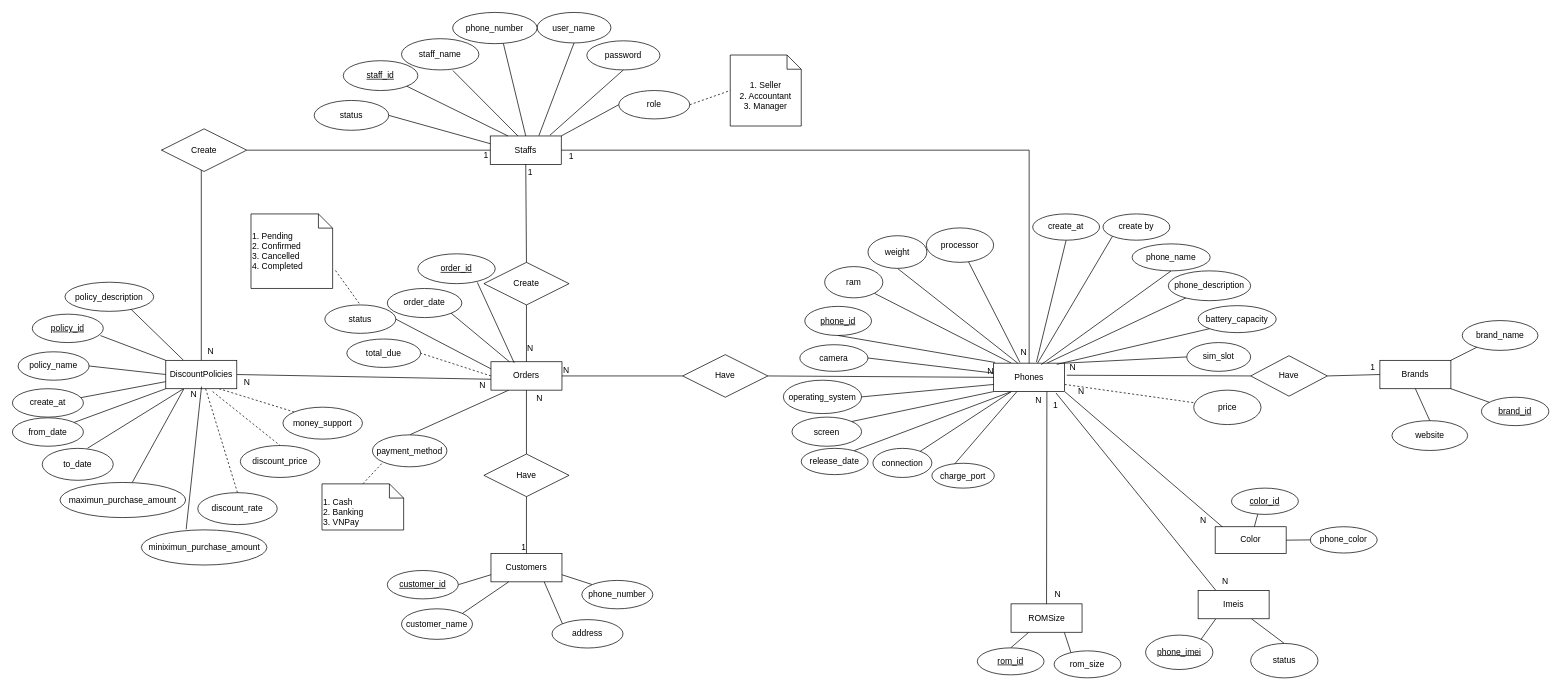
Above: page "ERD Concept" (5 of 5) of PhoneStore.drawio in anPf1121/ThreeLayerConsole (draw.io), before the change. Source tidied: cells renumbered, new cells numbered last; positions are measured from the earlier drawing's top-left corner, leaving out a move shared by most shapes. Both pictures are drawn from the tidied source at 71%, with x=0, y=0 at pixel (12, 12).
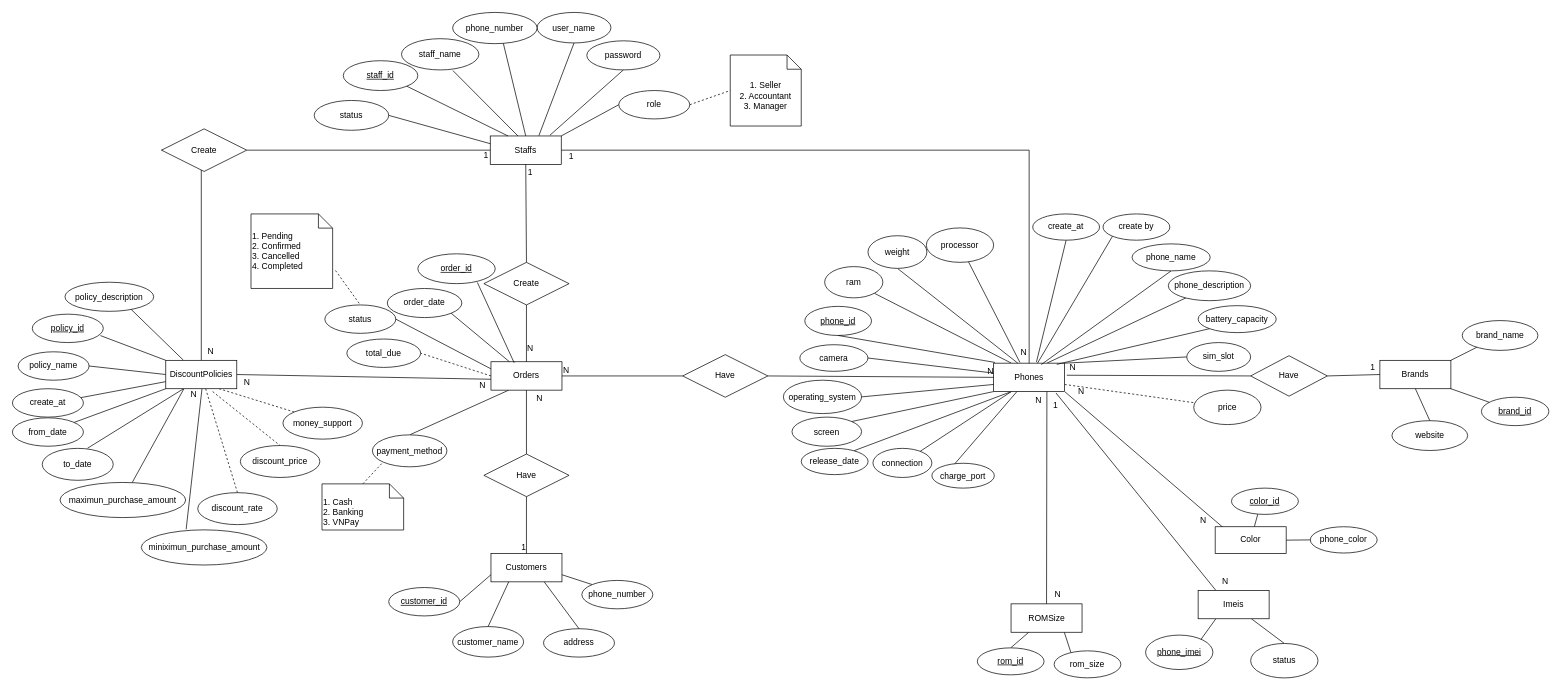
After the change.

Unchanged cells that the change refers to:
```xml
<mxCell id="4" value="Customers" style="whiteSpace=wrap;html=1;align=center;" parent="1" vertex="1">
  <mxGeometry x="674" y="762" width="100" height="40" as="geometry" />
</mxCell>
<mxCell id="136" value="N" style="text;html=1;align=center;verticalAlign=middle;points=[];strokeColor=none;fillColor=none;" parent="1" vertex="1">
  <mxGeometry x="241" y="525" width="27" height="26" as="geometry" />
</mxCell>
<mxCell id="139" value="miniximun_purchase_amount" style="ellipse;whiteSpace=wrap;html=1;align=center;" parent="1" vertex="1">
  <mxGeometry x="181.5" y="728.8" width="177" height="49.5" as="geometry" />
</mxCell>
```

The edit, as a diff of the source:
```diff
@@
     <mxCell id="21" value="customer_name" style="ellipse;whiteSpace=wrap;html=1;align=center;" parent="1" vertex="1">
-      <mxGeometry x="548" y="840" width="100" height="43" as="geometry" />
+      <mxGeometry x="620" y="865" width="100" height="43" as="geometry" />
     </mxCell>
     <mxCell id="22" value="address" style="ellipse;whiteSpace=wrap;html=1;align=center;" parent="1" vertex="1">
-      <mxGeometry x="760" y="855.2" width="100" height="40" as="geometry" />
+      <mxGeometry x="748" y="868" width="100" height="40" as="geometry" />
     </mxCell>
@@
-    <mxCell id="64" style="endArrow=none;html=1;rounded=0;entryX=0.75;entryY=1;entryDx=0;entryDy=0;exitX=0;exitY=0;exitDx=0;exitDy=0;" parent="1" edge="1" source="22" target="4">
+    <mxCell id="64" style="endArrow=none;html=1;rounded=0;entryX=0.75;entryY=1;entryDx=0;entryDy=0;exitX=0.5;exitY=0;exitDx=0;exitDy=0;" parent="1" edge="1" source="22" target="4">
       <mxGeometry relative="1" as="geometry" />
     </mxCell>
-    <mxCell id="65" style="endArrow=none;html=1;rounded=0;entryX=0.25;entryY=1;entryDx=0;entryDy=0;exitX=1;exitY=0;exitDx=0;exitDy=0;" parent="1" edge="1" source="21" target="4">
+    <mxCell id="65" style="endArrow=none;html=1;rounded=0;entryX=0.25;entryY=1;entryDx=0;entryDy=0;exitX=0.5;exitY=0;exitDx=0;exitDy=0;" parent="1" edge="1" source="21" target="4">
       <mxGeometry relative="1" as="geometry" />
     </mxCell>
@@
     <mxCell id="100" value="&lt;u&gt;customer_id&lt;/u&gt;" style="ellipse;whiteSpace=wrap;html=1;align=center;" parent="1" vertex="1">
-      <mxGeometry x="528" y="786" width="100" height="40" as="geometry" />
+      <mxGeometry x="530" y="810" width="100" height="40" as="geometry" />
     </mxCell>
@@
-    <mxCell id="141" style="edgeStyle=none;html=1;exitX=0.938;exitY=0.078;exitDx=0;exitDy=0;entryX=0.357;entryY=-0.016;entryDx=0;entryDy=0;entryPerimeter=0;endArrow=none;endFill=0;exitPerimeter=0;" parent="1" edge="1" source="136" target="139">
-      <mxGeometry relative="1" as="geometry" />
+    <mxCell id="141" style="edgeStyle=none;html=1;entryX=0.357;entryY=-0.016;entryDx=0;entryDy=0;entryPerimeter=0;endArrow=none;endFill=0;" parent="1" edge="1" target="139">
+      <mxGeometry relative="1" as="geometry">
+        <mxPoint x="267" y="530" as="sourcePoint" />
+      </mxGeometry>
     </mxCell>
```
